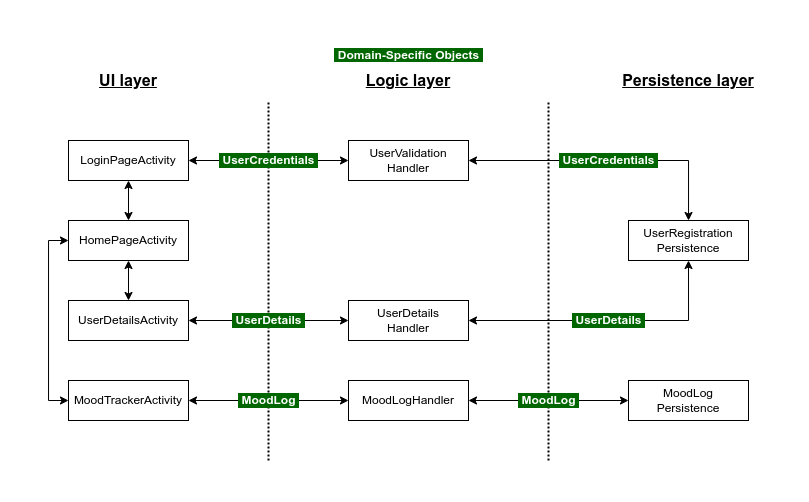
The draw.io diagram docs/architecture-1.png in alveejawad/WellSync, before a commit. Source tidied: cells renumbered, new cells last; positions are measured from the earlier drawing's top-left corner, leaving out a move shared by most shapes.
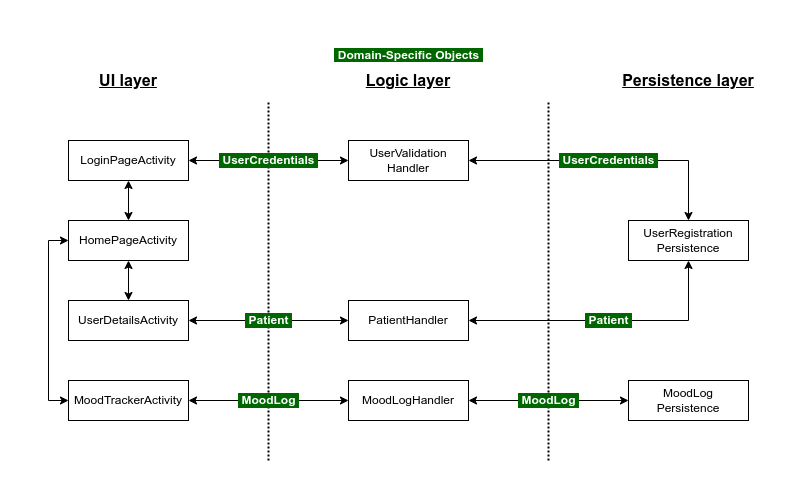
Later version of the same file.

Commit message:
Updated name of Patient DSO in arch. diagram

Formerly "UserDetails"

The edit, as a diff of the source:
```diff
@@ -29,7 +29,7 @@
     <mxCell id="8" value="HomePageActivity" style="rounded=0;whiteSpace=wrap;html=1;" parent="1" vertex="1">
       <mxGeometry y="180" width="120" height="40" as="geometry" />
     </mxCell>
-    <mxCell id="9" value="&lt;b&gt;&amp;nbsp;UserDetails&amp;nbsp;&lt;/b&gt;" style="edgeStyle=orthogonalEdgeStyle;shape=connector;rounded=0;jettySize=auto;html=1;exitX=1;exitY=0.5;exitDx=0;exitDy=0;entryX=0;entryY=0.5;entryDx=0;entryDy=0;labelBackgroundColor=#006600;strokeColor=default;align=center;verticalAlign=middle;fontFamily=Helvetica;fontSize=12;fontColor=#FFFFFF;startArrow=classic;startFill=1;endArrow=classic;" parent="1" edge="1" source="10" target="17">
+    <mxCell id="9" value="&lt;b&gt;&amp;nbsp;Patient&amp;nbsp;&lt;/b&gt;" style="edgeStyle=orthogonalEdgeStyle;shape=connector;rounded=0;jettySize=auto;html=1;exitX=1;exitY=0.5;exitDx=0;exitDy=0;entryX=0;entryY=0.5;entryDx=0;entryDy=0;labelBackgroundColor=#006600;strokeColor=default;align=center;verticalAlign=middle;fontFamily=Helvetica;fontSize=12;fontColor=#FFFFFF;startArrow=classic;startFill=1;endArrow=classic;" parent="1" edge="1" source="10" target="17">
       <mxGeometry relative="1" as="geometry" />
     </mxCell>
     <mxCell id="10" value="UserDetailsActivity" style="rounded=0;whiteSpace=wrap;html=1;" parent="1" vertex="1">
@@ -50,10 +50,10 @@
     <mxCell id="15" value="UserValidation&lt;br&gt;Handler" style="rounded=0;whiteSpace=wrap;html=1;" parent="1" vertex="1">
       <mxGeometry x="280" y="100" width="120" height="40" as="geometry" />
     </mxCell>
-    <mxCell id="16" value="&lt;b&gt;&amp;nbsp;UserDetails&amp;nbsp;&lt;/b&gt;" style="edgeStyle=orthogonalEdgeStyle;shape=connector;rounded=0;jettySize=auto;html=1;exitX=1;exitY=0.5;exitDx=0;exitDy=0;entryX=0.5;entryY=1;entryDx=0;entryDy=0;labelBackgroundColor=#006600;strokeColor=default;align=center;verticalAlign=middle;fontFamily=Helvetica;fontSize=12;fontColor=#FFFFFF;startArrow=classic;startFill=1;endArrow=classic;" parent="1" edge="1" source="17" target="20">
+    <mxCell id="16" value="&lt;b&gt;&amp;nbsp;Patient&amp;nbsp;&lt;/b&gt;" style="edgeStyle=orthogonalEdgeStyle;shape=connector;rounded=0;jettySize=auto;html=1;exitX=1;exitY=0.5;exitDx=0;exitDy=0;entryX=0.5;entryY=1;entryDx=0;entryDy=0;labelBackgroundColor=#006600;strokeColor=default;align=center;verticalAlign=middle;fontFamily=Helvetica;fontSize=12;fontColor=#FFFFFF;startArrow=classic;startFill=1;endArrow=classic;" parent="1" edge="1" source="17" target="20">
       <mxGeometry relative="1" as="geometry" />
     </mxCell>
-    <mxCell id="17" value="UserDetails&lt;br&gt;Handler" style="rounded=0;whiteSpace=wrap;html=1;" parent="1" vertex="1">
+    <mxCell id="17" value="PatientHandler" style="rounded=0;whiteSpace=wrap;html=1;" parent="1" vertex="1">
       <mxGeometry x="280" y="260" width="120" height="40" as="geometry" />
     </mxCell>
     <mxCell id="18" value="&amp;nbsp;MoodLog&amp;nbsp;" style="edgeStyle=orthogonalEdgeStyle;shape=connector;rounded=0;jettySize=auto;html=1;exitX=1;exitY=0.5;exitDx=0;exitDy=0;labelBackgroundColor=#006600;strokeColor=default;align=center;verticalAlign=middle;fontFamily=Helvetica;fontSize=12;fontColor=#FFFFFF;startArrow=classic;startFill=1;endArrow=classic;fontStyle=1;" parent="1" edge="1" source="19" target="21">
```
